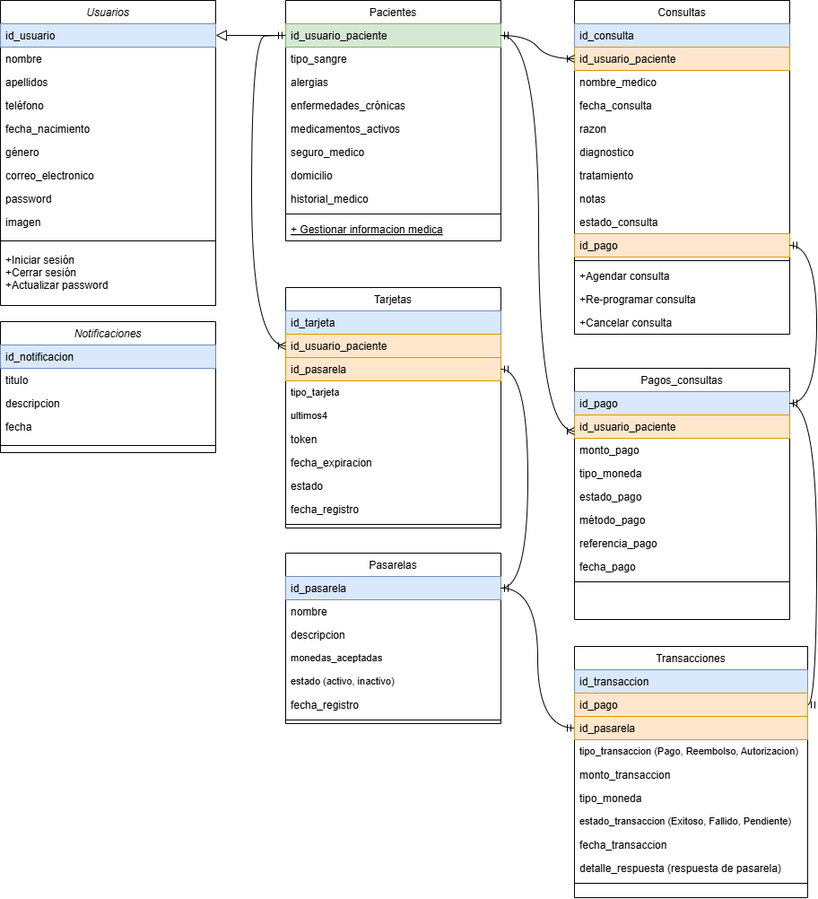
MarCarrera/invitacion-digital-xv-a-os keeps this draw.io diagram as Diagrama_de_clases.drawio.png. Above is the earlier version. Source tidied: cells renumbered, new cells last; positions are measured from the earlier drawing's top-left corner, leaving out a move shared by most shapes.
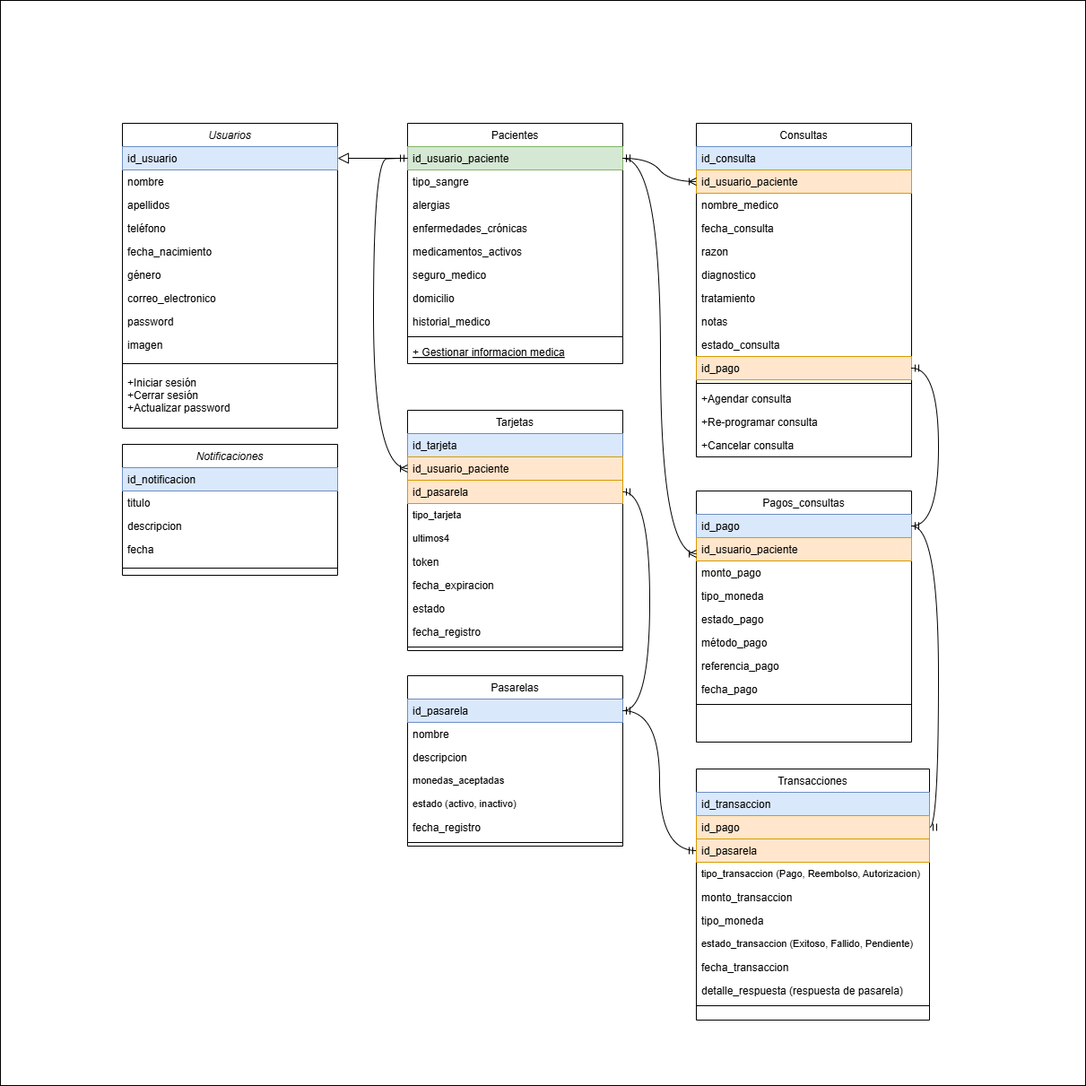
Later version of the same file.

What changed in the source:
```diff
@@ -2,6 +2,9 @@
   <root>
     <mxCell id="0" />
     <mxCell id="1" parent="0" />
+    <mxCell id="94" style="whiteSpace=wrap;html=1;" parent="1" vertex="1">
+      <mxGeometry x="-136" y="-137" width="1210" height="1210" as="geometry" />
+    </mxCell>
     <mxCell id="2" value="Usuarios" style="swimlane;fontStyle=2;align=center;verticalAlign=top;horizontal=1;startSize=26;rounded=0;shadow=0;strokeWidth=1;" parent="1" vertex="1">
       <mxGeometry width="240" height="340" as="geometry" />
     </mxCell>
```
